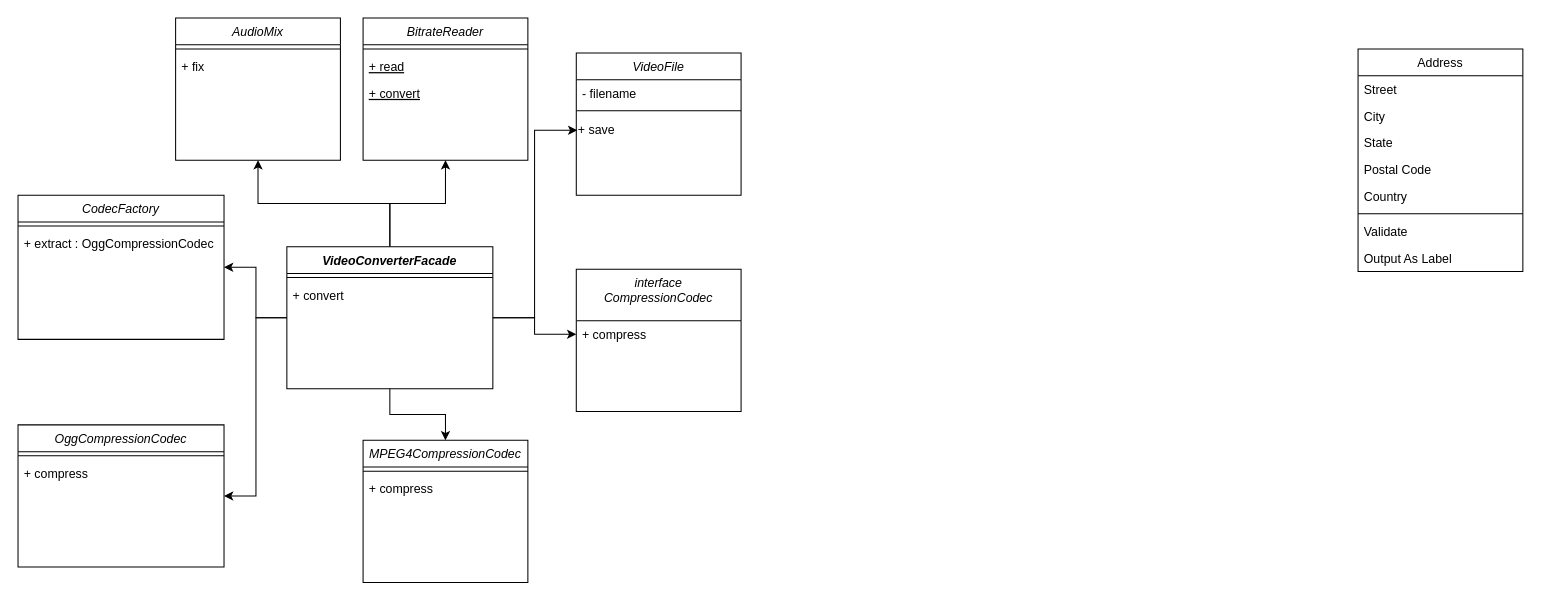
This is structurel/facade/Diagramme sans nom.drawio from joris-verguldezoone/design_pattern, a draw.io file, before an edit. Source tidied: cells renumbered, new cells numbered last; positions are measured from the earlier drawing's top-left corner, leaving out a move shared by most shapes. Both pictures are drawn from the tidied source at 103%, with x=0, y=0 at pixel (18, 18).
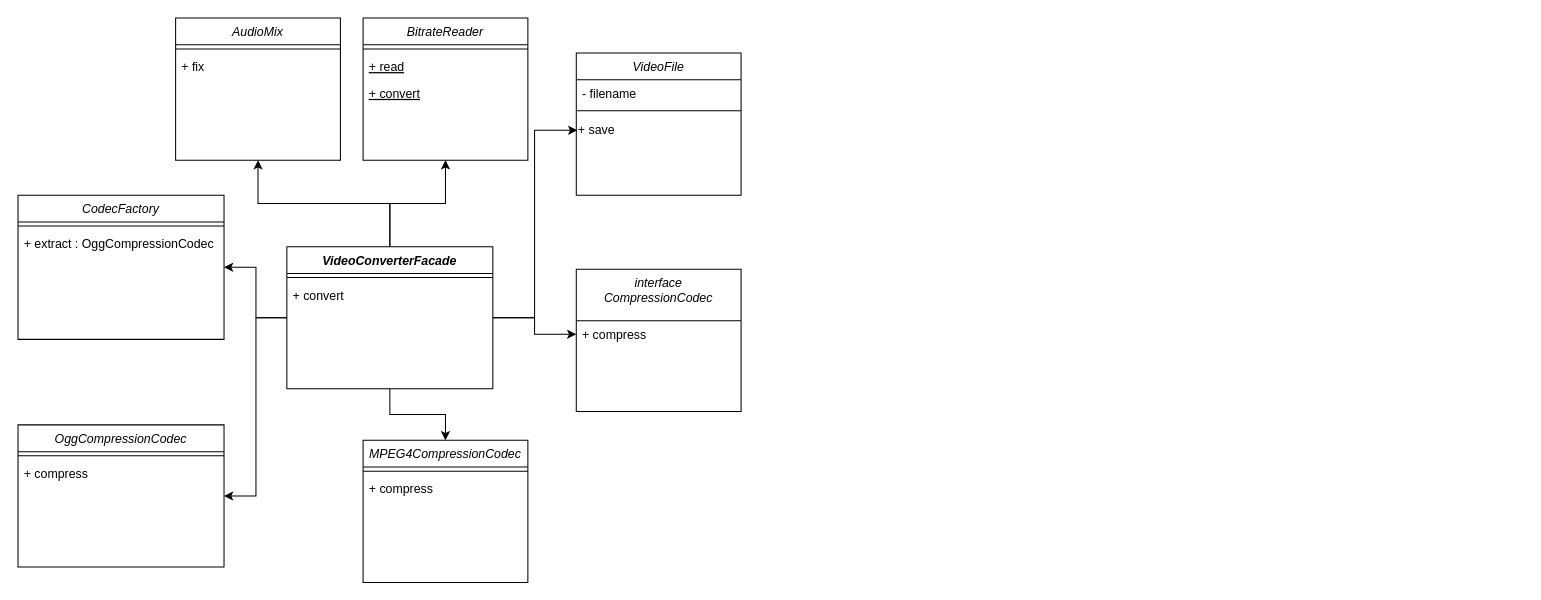
Above is the later version.

Commit message:
Mettre à jour Diagramme sans nom.drawio

What changed in the source:
```diff
@@
-    <mxCell id="5" value="Address" style="swimlane;fontStyle=0;align=center;verticalAlign=top;horizontal=1;startSize=26;rounded=0;shadow=0;strokeWidth=1;" parent="1" vertex="1">
-      <mxGeometry x="1301" y="30" width="160" height="216" as="geometry" />
-    </mxCell>
-    <mxCell id="6" value="Street" style="text;align=left;verticalAlign=top;spacingLeft=4;spacingRight=4;overflow=hidden;" parent="5" vertex="1">
-      <mxGeometry y="26" width="160" height="26" as="geometry" />
-    </mxCell>
-    <mxCell id="7" value="City" style="text;align=left;verticalAlign=top;spacingLeft=4;spacingRight=4;overflow=hidden;rounded=0;shadow=0;html=0;" parent="5" vertex="1">
-      <mxGeometry y="52" width="160" height="26" as="geometry" />
-    </mxCell>
-    <mxCell id="8" value="State" style="text;align=left;verticalAlign=top;spacingLeft=4;spacingRight=4;overflow=hidden;rounded=0;shadow=0;html=0;" parent="5" vertex="1">
-      <mxGeometry y="78" width="160" height="26" as="geometry" />
-    </mxCell>
-    <mxCell id="9" value="Postal Code" style="text;align=left;verticalAlign=top;spacingLeft=4;spacingRight=4;overflow=hidden;rounded=0;shadow=0;html=0;" parent="5" vertex="1">
-      <mxGeometry y="104" width="160" height="26" as="geometry" />
-    </mxCell>
-    <mxCell id="10" value="Country" style="text;align=left;verticalAlign=top;spacingLeft=4;spacingRight=4;overflow=hidden;rounded=0;shadow=0;html=0;" parent="5" vertex="1">
-      <mxGeometry y="130" width="160" height="26" as="geometry" />
-    </mxCell>
-    <mxCell id="11" style="line;html=1;strokeWidth=1;align=left;verticalAlign=middle;spacingTop=-1;spacingLeft=3;spacingRight=3;labelPosition=right;" parent="5" vertex="1">
-      <mxGeometry y="156" width="160" height="8" as="geometry" />
-    </mxCell>
-    <mxCell id="12" value="Validate" style="text;align=left;verticalAlign=top;spacingLeft=4;spacingRight=4;overflow=hidden;" parent="5" vertex="1">
-      <mxGeometry y="164" width="160" height="26" as="geometry" />
-    </mxCell>
-    <mxCell id="13" value="Output As Label" style="text;align=left;verticalAlign=top;spacingLeft=4;spacingRight=4;overflow=hidden;" parent="5" vertex="1">
-      <mxGeometry y="190" width="160" height="26" as="geometry" />
-    </mxCell>
```
